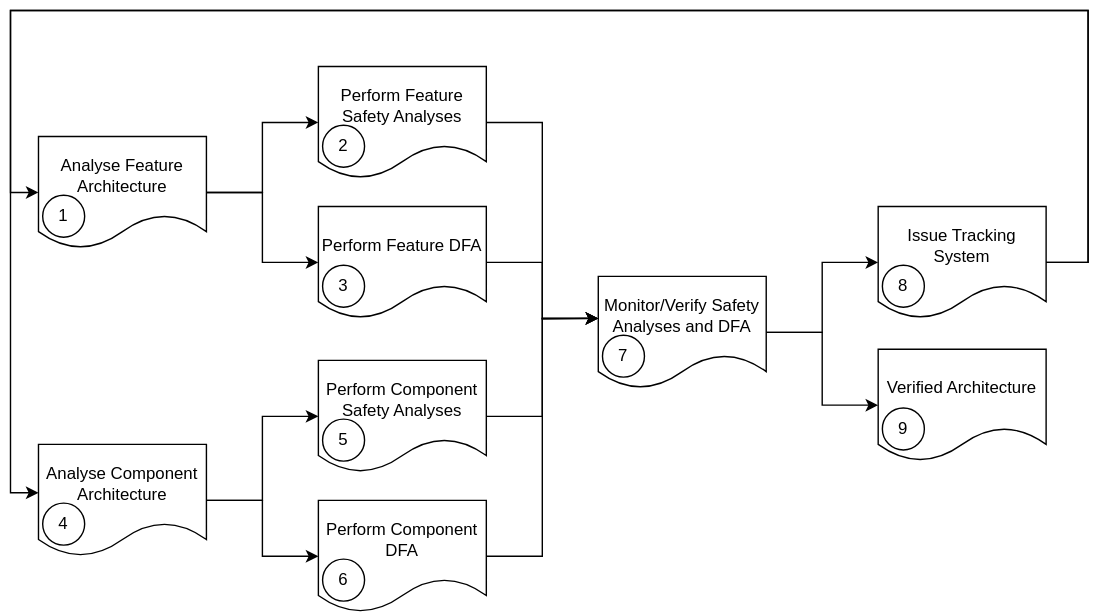
Before: docs/process/process_areas/safety_analysis/_assets/safety_analysis_workflow.drawio.svg, a diagram exported from draw.io (qorix-group/score). Source tidied: cells renumbered, new cells last; positions are measured from the earlier drawing's top-left corner, leaving out a move shared by most shapes. Source of this version:
```xml
<mxGraphModel>
  <root>
    <mxCell id="0" />
    <mxCell id="1" parent="0" />
    <mxCell id="2" style="edgeStyle=orthogonalEdgeStyle;rounded=0;jettySize=auto;html=1;entryX=0;entryY=0.5;entryDx=0;entryDy=0;" parent="1" edge="1" source="4" target="14">
      <mxGeometry relative="1" as="geometry" />
    </mxCell>
    <mxCell id="3" style="edgeStyle=orthogonalEdgeStyle;rounded=0;jettySize=auto;html=1;entryX=0;entryY=0.5;entryDx=0;entryDy=0;" parent="1" edge="1" source="4" target="16">
      <mxGeometry relative="1" as="geometry" />
    </mxCell>
    <mxCell id="4" value="Analyse Feature Architecture" style="shape=document;whiteSpace=wrap;html=1;boundedLbl=1;" parent="1" vertex="1">
      <mxGeometry x="20" y="90" width="120" height="80" as="geometry" />
    </mxCell>
    <mxCell id="5" value="1" style="ellipse;whiteSpace=wrap;html=1;" parent="1" vertex="1">
      <mxGeometry x="23" y="132" width="30" height="30" as="geometry" />
    </mxCell>
    <mxCell id="6" style="edgeStyle=orthogonalEdgeStyle;rounded=0;jettySize=auto;html=1;entryX=0;entryY=0.5;entryDx=0;entryDy=0;" parent="1" edge="1" source="8" target="18">
      <mxGeometry relative="1" as="geometry" />
    </mxCell>
    <mxCell id="7" style="edgeStyle=orthogonalEdgeStyle;rounded=0;jettySize=auto;html=1;entryX=0;entryY=0.5;entryDx=0;entryDy=0;" parent="1" edge="1" source="8" target="20">
      <mxGeometry relative="1" as="geometry" />
    </mxCell>
    <mxCell id="8" value="Analyse Component Architecture" style="shape=document;whiteSpace=wrap;html=1;boundedLbl=1;" parent="1" vertex="1">
      <mxGeometry x="20" y="310" width="120" height="80" as="geometry" />
    </mxCell>
    <mxCell id="9" value="4" style="ellipse;whiteSpace=wrap;html=1;" parent="1" vertex="1">
      <mxGeometry x="23" y="352" width="30" height="30" as="geometry" />
    </mxCell>
    <mxCell id="10" style="edgeStyle=orthogonalEdgeStyle;rounded=0;jettySize=auto;html=1;entryX=0;entryY=0.5;entryDx=0;entryDy=0;" parent="1" edge="1" source="12" target="27">
      <mxGeometry relative="1" as="geometry" />
    </mxCell>
    <mxCell id="11" style="edgeStyle=orthogonalEdgeStyle;rounded=0;jettySize=auto;html=1;entryX=0;entryY=0.5;entryDx=0;entryDy=0;" parent="1" edge="1" source="12" target="29">
      <mxGeometry relative="1" as="geometry" />
    </mxCell>
    <mxCell id="12" value="Monitor/Verify Safety Analyses and DFA" style="shape=document;whiteSpace=wrap;html=1;boundedLbl=1;" parent="1" vertex="1">
      <mxGeometry x="420" y="190" width="120" height="80" as="geometry" />
    </mxCell>
    <mxCell id="13" value="7" style="ellipse;whiteSpace=wrap;html=1;" parent="1" vertex="1">
      <mxGeometry x="423" y="232" width="30" height="30" as="geometry" />
    </mxCell>
    <mxCell id="14" value="Perform Feature Safety Analyses" style="shape=document;whiteSpace=wrap;html=1;boundedLbl=1;" parent="1" vertex="1">
      <mxGeometry x="220" y="40" width="120" height="80" as="geometry" />
    </mxCell>
    <mxCell id="15" value="2" style="ellipse;whiteSpace=wrap;html=1;" parent="1" vertex="1">
      <mxGeometry x="223" y="82" width="30" height="30" as="geometry" />
    </mxCell>
    <mxCell id="16" value="Perform Feature DFA" style="shape=document;whiteSpace=wrap;html=1;boundedLbl=1;" parent="1" vertex="1">
      <mxGeometry x="220" y="140" width="120" height="80" as="geometry" />
    </mxCell>
    <mxCell id="17" value="3" style="ellipse;whiteSpace=wrap;html=1;" parent="1" vertex="1">
      <mxGeometry x="223" y="182" width="30" height="30" as="geometry" />
    </mxCell>
    <mxCell id="18" value="Perform Component Safety Analyses" style="shape=document;whiteSpace=wrap;html=1;boundedLbl=1;" parent="1" vertex="1">
      <mxGeometry x="220" y="250" width="120" height="80" as="geometry" />
    </mxCell>
    <mxCell id="19" value="5" style="ellipse;whiteSpace=wrap;html=1;" parent="1" vertex="1">
      <mxGeometry x="223" y="292" width="30" height="30" as="geometry" />
    </mxCell>
    <mxCell id="20" value="Perform Component DFA" style="shape=document;whiteSpace=wrap;html=1;boundedLbl=1;" parent="1" vertex="1">
      <mxGeometry x="220" y="350" width="120" height="80" as="geometry" />
    </mxCell>
    <mxCell id="21" value="6" style="ellipse;whiteSpace=wrap;html=1;" parent="1" vertex="1">
      <mxGeometry x="223" y="392" width="30" height="30" as="geometry" />
    </mxCell>
    <mxCell id="22" style="edgeStyle=orthogonalEdgeStyle;rounded=0;jettySize=auto;html=1;" parent="1" edge="1" source="14">
      <mxGeometry relative="1" as="geometry">
        <mxPoint x="420" y="220" as="targetPoint" />
        <Array as="points">
          <mxPoint x="380" y="80" />
          <mxPoint x="380" y="220" />
        </Array>
      </mxGeometry>
    </mxCell>
    <mxCell id="23" style="edgeStyle=orthogonalEdgeStyle;rounded=0;jettySize=auto;html=1;" parent="1" edge="1" source="16">
      <mxGeometry relative="1" as="geometry">
        <mxPoint x="420" y="220" as="targetPoint" />
      </mxGeometry>
    </mxCell>
    <mxCell id="24" style="edgeStyle=orthogonalEdgeStyle;rounded=0;jettySize=auto;html=1;entryX=0;entryY=0.375;entryDx=0;entryDy=0;entryPerimeter=0;" parent="1" edge="1" source="18" target="12">
      <mxGeometry relative="1" as="geometry" />
    </mxCell>
    <mxCell id="25" style="edgeStyle=orthogonalEdgeStyle;rounded=0;jettySize=auto;html=1;" parent="1" edge="1" source="20">
      <mxGeometry relative="1" as="geometry">
        <mxPoint x="420" y="220" as="targetPoint" />
        <Array as="points">
          <mxPoint x="380" y="390" />
          <mxPoint x="380" y="220" />
        </Array>
      </mxGeometry>
    </mxCell>
    <mxCell id="26" style="edgeStyle=orthogonalEdgeStyle;rounded=0;jettySize=auto;html=1;entryX=0;entryY=0.5;entryDx=0;entryDy=0;" parent="1" edge="1" source="27" target="4">
      <mxGeometry relative="1" as="geometry">
        <Array as="points">
          <mxPoint x="770" y="180" />
          <mxPoint x="770" />
          <mxPoint />
          <mxPoint y="130" />
        </Array>
      </mxGeometry>
    </mxCell>
    <mxCell id="27" value="Issue Tracking System" style="shape=document;whiteSpace=wrap;html=1;boundedLbl=1;" parent="1" vertex="1">
      <mxGeometry x="620" y="140" width="120" height="80" as="geometry" />
    </mxCell>
    <mxCell id="28" value="8" style="ellipse;whiteSpace=wrap;html=1;" parent="1" vertex="1">
      <mxGeometry x="623" y="182" width="30" height="30" as="geometry" />
    </mxCell>
    <mxCell id="29" value="Verified Architecture" style="shape=document;whiteSpace=wrap;html=1;boundedLbl=1;" parent="1" vertex="1">
      <mxGeometry x="620" y="242" width="120" height="80" as="geometry" />
    </mxCell>
    <mxCell id="30" value="9" style="ellipse;whiteSpace=wrap;html=1;" parent="1" vertex="1">
      <mxGeometry x="623" y="284" width="30" height="30" as="geometry" />
    </mxCell>
    <mxCell id="31" style="edgeStyle=orthogonalEdgeStyle;rounded=0;jettySize=auto;html=1;entryX=0;entryY=0.433;entryDx=0;entryDy=0;entryPerimeter=0;" parent="1" edge="1" source="27" target="8">
      <mxGeometry relative="1" as="geometry">
        <Array as="points">
          <mxPoint x="770" y="180" />
          <mxPoint x="770" />
          <mxPoint />
          <mxPoint y="345" />
        </Array>
      </mxGeometry>
    </mxCell>
  </root>
</mxGraphModel>
```
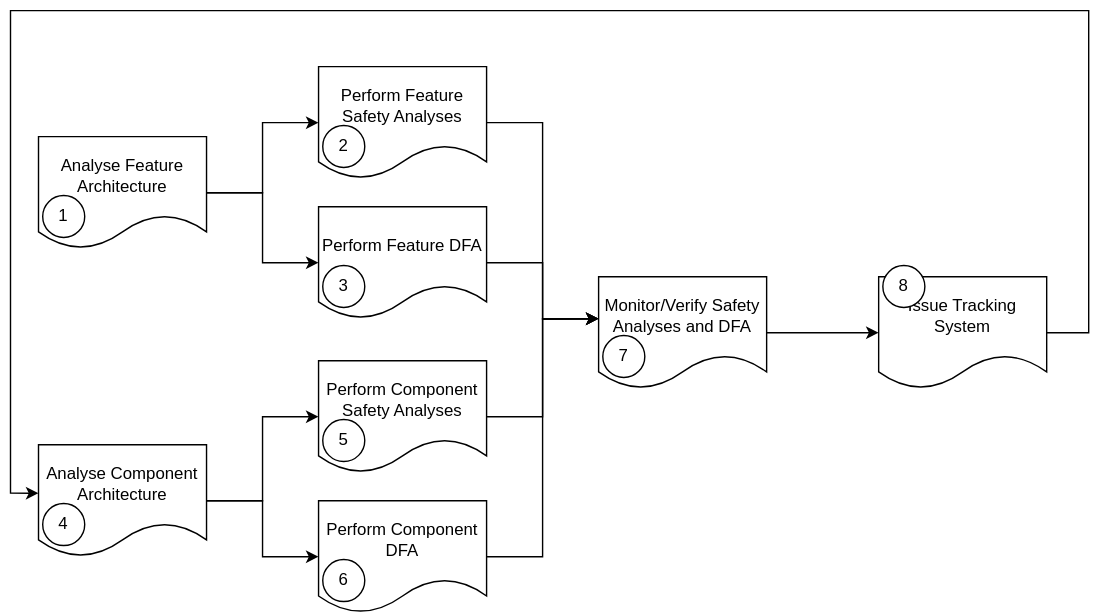
Above is the later version.

Change to the diagram source:
```diff
@@ -29,9 +29,6 @@
     <mxCell id="10" style="edgeStyle=orthogonalEdgeStyle;rounded=0;jettySize=auto;html=1;entryX=0;entryY=0.5;entryDx=0;entryDy=0;" parent="1" edge="1" source="12" target="27">
       <mxGeometry relative="1" as="geometry" />
     </mxCell>
-    <mxCell id="11" style="edgeStyle=orthogonalEdgeStyle;rounded=0;jettySize=auto;html=1;entryX=0;entryY=0.5;entryDx=0;entryDy=0;" parent="1" edge="1" source="12" target="29">
-      <mxGeometry relative="1" as="geometry" />
-    </mxCell>
     <mxCell id="12" value="Monitor/Verify Safety Analyses and DFA" style="shape=document;whiteSpace=wrap;html=1;boundedLbl=1;" parent="1" vertex="1">
       <mxGeometry x="420" y="190" width="120" height="80" as="geometry" />
     </mxCell>
@@ -88,32 +85,16 @@
         </Array>
       </mxGeometry>
     </mxCell>
-    <mxCell id="26" style="edgeStyle=orthogonalEdgeStyle;rounded=0;jettySize=auto;html=1;entryX=0;entryY=0.5;entryDx=0;entryDy=0;" parent="1" edge="1" source="27" target="4">
-      <mxGeometry relative="1" as="geometry">
-        <Array as="points">
-          <mxPoint x="770" y="180" />
-          <mxPoint x="770" />
-          <mxPoint />
-          <mxPoint y="130" />
-        </Array>
-      </mxGeometry>
-    </mxCell>
     <mxCell id="27" value="Issue Tracking System" style="shape=document;whiteSpace=wrap;html=1;boundedLbl=1;" parent="1" vertex="1">
-      <mxGeometry x="620" y="140" width="120" height="80" as="geometry" />
+      <mxGeometry x="620" y="190" width="120" height="80" as="geometry" />
     </mxCell>
     <mxCell id="28" value="8" style="ellipse;whiteSpace=wrap;html=1;" parent="1" vertex="1">
       <mxGeometry x="623" y="182" width="30" height="30" as="geometry" />
     </mxCell>
-    <mxCell id="29" value="Verified Architecture" style="shape=document;whiteSpace=wrap;html=1;boundedLbl=1;" parent="1" vertex="1">
-      <mxGeometry x="620" y="242" width="120" height="80" as="geometry" />
-    </mxCell>
-    <mxCell id="30" value="9" style="ellipse;whiteSpace=wrap;html=1;" parent="1" vertex="1">
-      <mxGeometry x="623" y="284" width="30" height="30" as="geometry" />
-    </mxCell>
-    <mxCell id="31" style="edgeStyle=orthogonalEdgeStyle;rounded=0;jettySize=auto;html=1;entryX=0;entryY=0.433;entryDx=0;entryDy=0;entryPerimeter=0;" parent="1" edge="1" source="27" target="8">
+    <mxCell id="31" style="edgeStyle=orthogonalEdgeStyle;rounded=0;jettySize=auto;html=1;entryX=0;entryY=0.433;entryDx=0;entryDy=0;entryPerimeter=0;exitX=1;exitY=0.5;exitDx=0;exitDy=0;" parent="1" edge="1" source="27" target="8">
       <mxGeometry relative="1" as="geometry">
         <Array as="points">
-          <mxPoint x="770" y="180" />
+          <mxPoint x="770" y="230" />
           <mxPoint x="770" />
           <mxPoint />
           <mxPoint y="345" />
```
